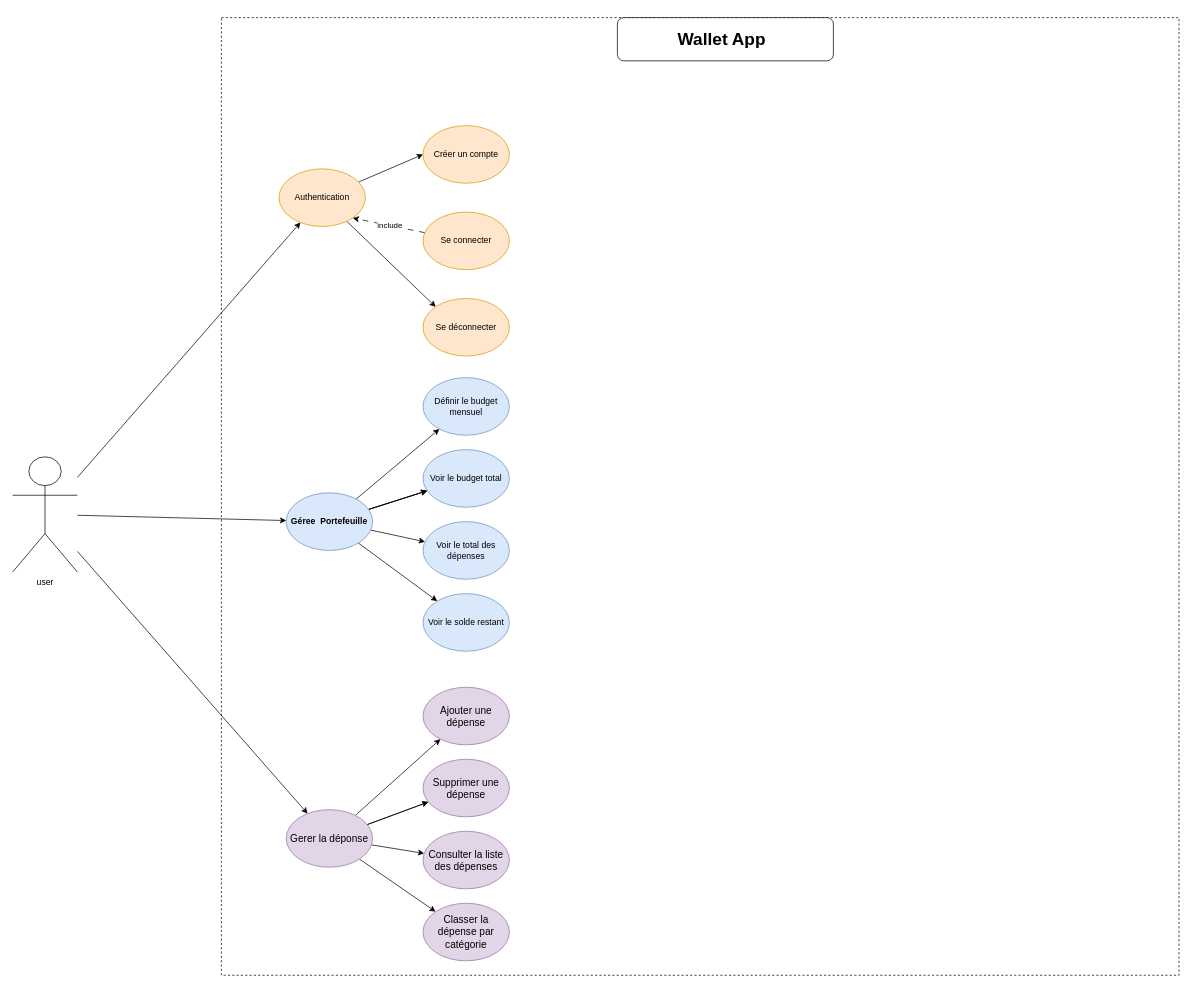
Earlier version of the draw.io diagram diagramme/usercase.drawio (Mehdi-133/PERSONAL-WALLET-APP). Source tidied: cells renumbered, new cells numbered last; positions are measured from the earlier drawing's top-left corner, leaving out a move shared by most shapes. Both pictures are drawn from the tidied source at 72%, with x=0, y=0 at pixel (12, 17).
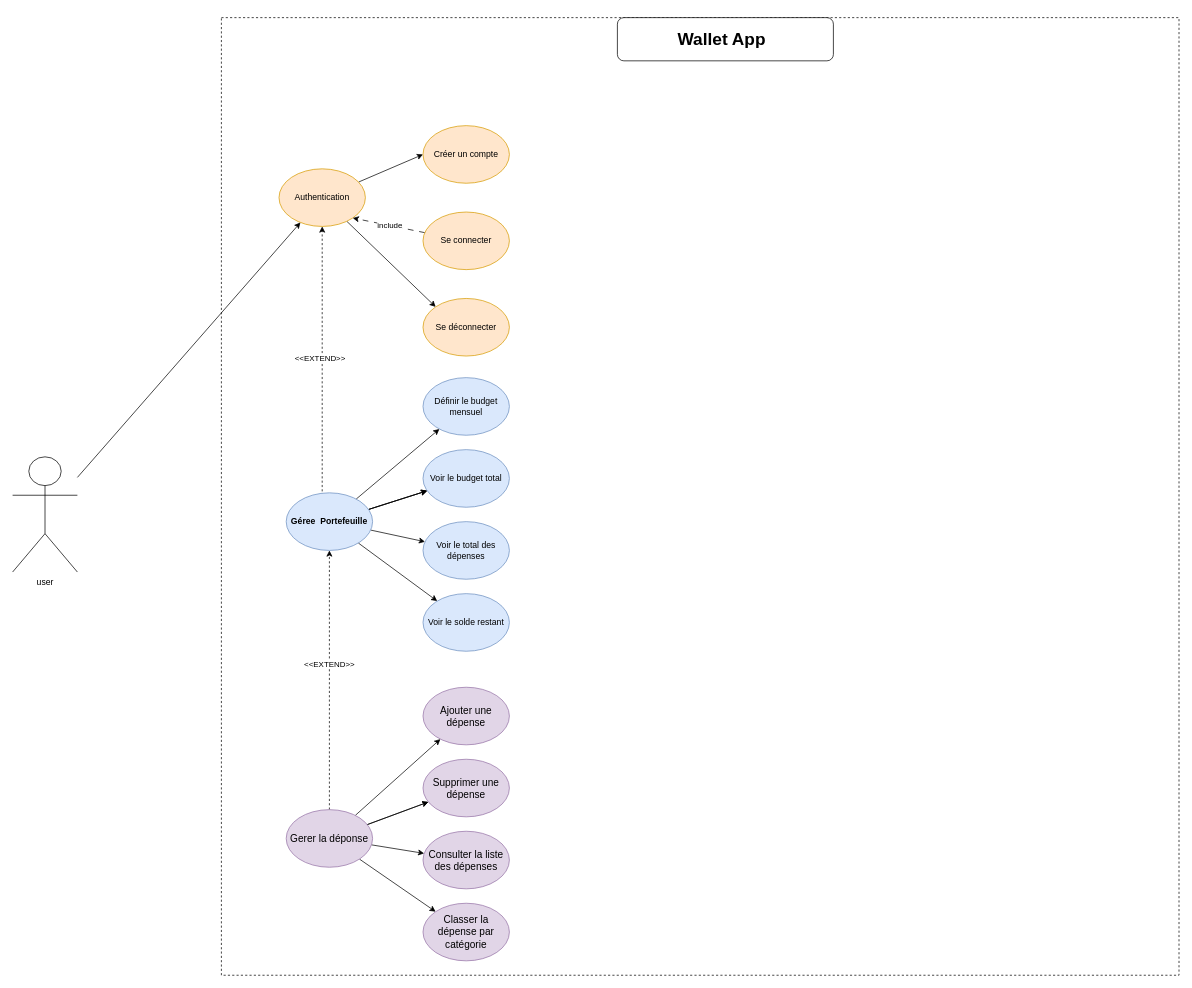
Above is the later version.

Commit message:
update diagramme de user cases : fix the relations between actor and fonctioanlity

Unchanged cells that the change refers to:
```xml
<mxCell id="5" value="Authentication" style="ellipse;whiteSpace=wrap;html=1;fillColor=#ffe6cc;strokeColor=#d79b00;" parent="1" vertex="1">
  <mxGeometry x="370" y="210" width="120" height="80" as="geometry" />
</mxCell>
<mxCell id="9" value="user" style="shape=umlActor;verticalLabelPosition=bottom;verticalAlign=top;html=1;outlineConnect=0;" parent="1" vertex="1">
  <mxGeometry y="610" width="90" height="160" as="geometry" />
</mxCell>
<mxCell id="21" value="&lt;b&gt;&lt;font style=&quot;font-size: 12px;&quot;&gt;Géree&amp;nbsp;&amp;nbsp;Portefeuille &lt;/font&gt;&lt;/b&gt;" style="ellipse;whiteSpace=wrap;html=1;fillColor=#dae8fc;strokeColor=#6c8ebf;" parent="1" vertex="1">
  <mxGeometry x="380" y="660" width="120" height="80" as="geometry" />
</mxCell>
<mxCell id="31" value="&lt;font style=&quot;font-size: 14px;&quot;&gt;Gerer la déponse&lt;/font&gt;" style="ellipse;whiteSpace=wrap;html=1;fillColor=#e1d5e7;strokeColor=#9673a6;" parent="1" vertex="1">
  <mxGeometry x="380" y="1100" width="120" height="80" as="geometry" />
</mxCell>
```

What changed in the source:
```diff
@@
-    <mxCell id="7" style="edgeStyle=none;html=1;" parent="1" edge="1" source="9" target="21">
-      <mxGeometry relative="1" as="geometry" />
-    </mxCell>
-    <mxCell id="8" style="edgeStyle=none;html=1;" parent="1" edge="1" source="9" target="31">
-      <mxGeometry relative="1" as="geometry" />
-    </mxCell>
@@
+    <mxCell id="39" style="edgeStyle=none;html=1;dashed=1;" parent="1" edge="1" target="5">
+      <mxGeometry relative="1" as="geometry">
+        <mxPoint x="430" y="670" as="sourcePoint" />
+      </mxGeometry>
+    </mxCell>
+    <mxCell id="40" value="&amp;lt;&amp;lt;EXTEND&amp;gt;&amp;gt;" style="edgeLabel;html=1;align=center;verticalAlign=middle;" parent="39" vertex="1">
+      <mxGeometry x="0.04" y="4" relative="1" as="geometry" />
+    </mxCell>
@@
+    <mxCell id="41" style="edgeStyle=none;html=1;entryX=0.5;entryY=1;entryDx=0;entryDy=0;dashed=1;" parent="1" edge="1" source="31" target="21">
+      <mxGeometry relative="1" as="geometry" />
+    </mxCell>
+    <mxCell id="42" value="&amp;lt;&amp;lt;EXTEND&amp;gt;&amp;gt;" style="edgeLabel;html=1;align=center;verticalAlign=middle;" parent="41" vertex="1">
+      <mxGeometry x="0.13" y="1" relative="1" as="geometry" />
+    </mxCell>
```
